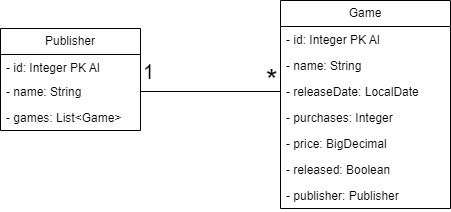
This is steam_from_wish_uml.png from varelam-bzz/m295_lb, a draw.io export, as it was before one commit. Source tidied: cells renumbered, new cells last; positions are measured from the earlier drawing's top-left corner, leaving out a move shared by most shapes.
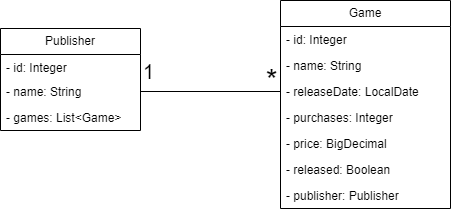
The same file after the commit.

Commit message:
Update UML Class Diagram

What changed in the source:
```diff
@@ -5,7 +5,7 @@
     <mxCell id="2" value="Publisher" style="swimlane;fontStyle=0;horizontal=1;startSize=26;fillColor=none;whiteSpace=wrap;html=1;" parent="1" vertex="1">
       <mxGeometry y="28" width="140" height="102" as="geometry" />
     </mxCell>
-    <mxCell id="3" value="- id: Integer PK AI" style="text;strokeColor=none;fillColor=none;align=left;verticalAlign=top;spacingLeft=4;spacingRight=4;overflow=hidden;whiteSpace=wrap;html=1;" parent="2" vertex="1">
+    <mxCell id="3" value="- id: Integer" style="text;strokeColor=none;fillColor=none;align=left;verticalAlign=top;spacingLeft=4;spacingRight=4;overflow=hidden;whiteSpace=wrap;html=1;" parent="2" vertex="1">
       <mxGeometry y="26" width="140" height="24" as="geometry" />
     </mxCell>
     <mxCell id="4" value="- name: String" style="text;strokeColor=none;fillColor=none;align=left;verticalAlign=top;spacingLeft=4;spacingRight=4;overflow=hidden;points=[[0,0.5],[1,0.5]];portConstraint=eastwest;whiteSpace=wrap;html=1;" parent="2" vertex="1">
@@ -17,7 +17,7 @@
     <mxCell id="6" value="Game" style="swimlane;fontStyle=0;horizontal=1;startSize=26;fillColor=none;whiteSpace=wrap;html=1;" parent="1" vertex="1">
       <mxGeometry x="280" width="170" height="208" as="geometry" />
     </mxCell>
-    <mxCell id="7" value="- id: Integer PK AI" style="text;strokeColor=none;fillColor=none;align=left;verticalAlign=top;spacingLeft=4;spacingRight=4;overflow=hidden;whiteSpace=wrap;html=1;" parent="6" vertex="1">
+    <mxCell id="7" value="- id: Integer" style="text;strokeColor=none;fillColor=none;align=left;verticalAlign=top;spacingLeft=4;spacingRight=4;overflow=hidden;whiteSpace=wrap;html=1;" parent="6" vertex="1">
       <mxGeometry y="26" width="170" height="26" as="geometry" />
     </mxCell>
     <mxCell id="8" value="- name: String" style="text;strokeColor=none;fillColor=none;align=left;verticalAlign=top;spacingLeft=4;spacingRight=4;overflow=hidden;whiteSpace=wrap;html=1;" parent="6" vertex="1">
```
